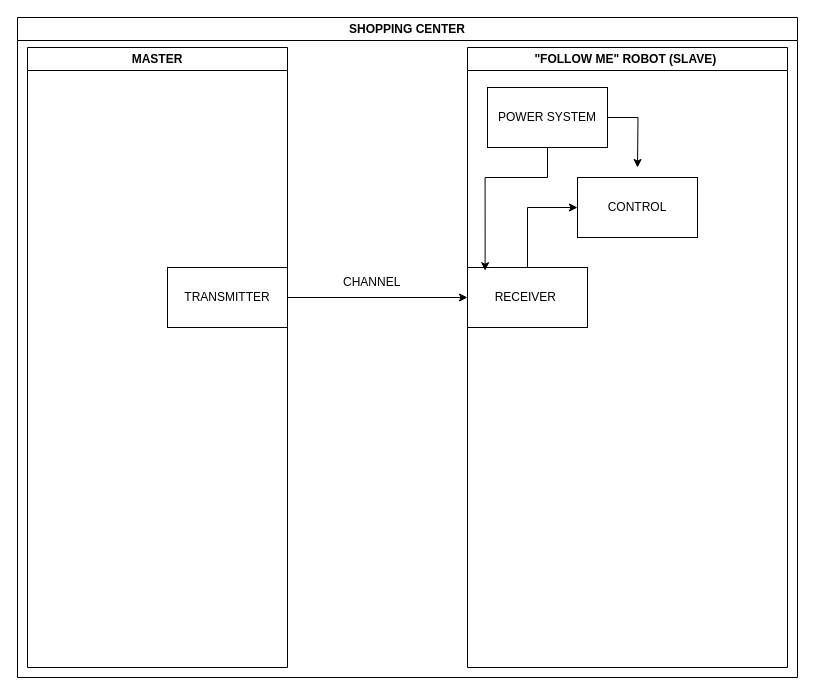
This is diagrams/blockdiagramdesign.drawio from BowieJames/FollowMe, a draw.io file, before an edit. Source tidied: cells renumbered, new cells numbered last; positions are measured from the earlier drawing's top-left corner, leaving out a move shared by most shapes. Both pictures are drawn from the tidied source at 100%, with x=0, y=0 at pixel (17, 17).
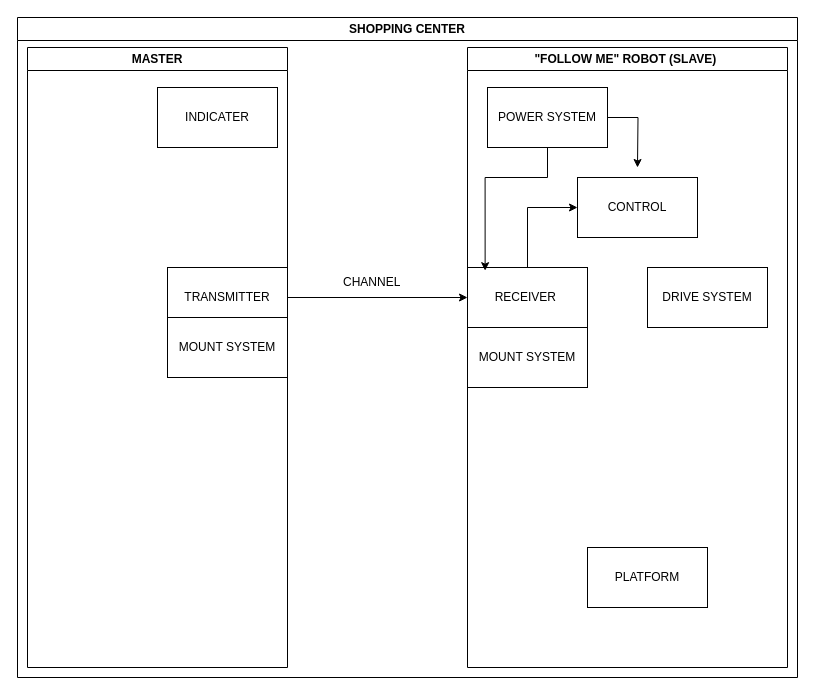
The same page after the edit.

The change refers to these unchanged cells:
```xml
<mxCell id="3" value="MASTER" style="swimlane;whiteSpace=wrap;html=1;startSize=23;" parent="2" vertex="1">
  <mxGeometry x="10" y="30" width="260" height="620" as="geometry" />
</mxCell>
<mxCell id="5" value="&quot;FOLLOW ME&quot; ROBOT (SLAVE)&amp;nbsp;" style="swimlane;whiteSpace=wrap;html=1;" parent="2" vertex="1">
  <mxGeometry x="450" y="30" width="320" height="620" as="geometry" />
</mxCell>
```

Diff of the diagram source:
```diff
@@
+    <mxCell id="14" value="MOUNT SYSTEM" style="rounded=0;whiteSpace=wrap;html=1;" parent="3" vertex="1">
+      <mxGeometry x="140" y="270" width="120" height="60" as="geometry" />
+    </mxCell>
+    <mxCell id="15" value="INDICATER" style="rounded=0;whiteSpace=wrap;html=1;" parent="3" vertex="1">
+      <mxGeometry x="130" y="40" width="120" height="60" as="geometry" />
+    </mxCell>
@@
+    <mxCell id="16" value="PLATFORM" style="rounded=0;whiteSpace=wrap;html=1;" parent="5" vertex="1">
+      <mxGeometry x="120" y="500" width="120" height="60" as="geometry" />
+    </mxCell>
+    <mxCell id="17" value="MOUNT SYSTEM" style="rounded=0;whiteSpace=wrap;html=1;" parent="5" vertex="1">
+      <mxGeometry y="280" width="120" height="60" as="geometry" />
+    </mxCell>
+    <mxCell id="18" value="DRIVE SYSTEM" style="rounded=0;whiteSpace=wrap;html=1;" parent="5" vertex="1">
+      <mxGeometry x="180" y="220" width="120" height="60" as="geometry" />
+    </mxCell>
```
